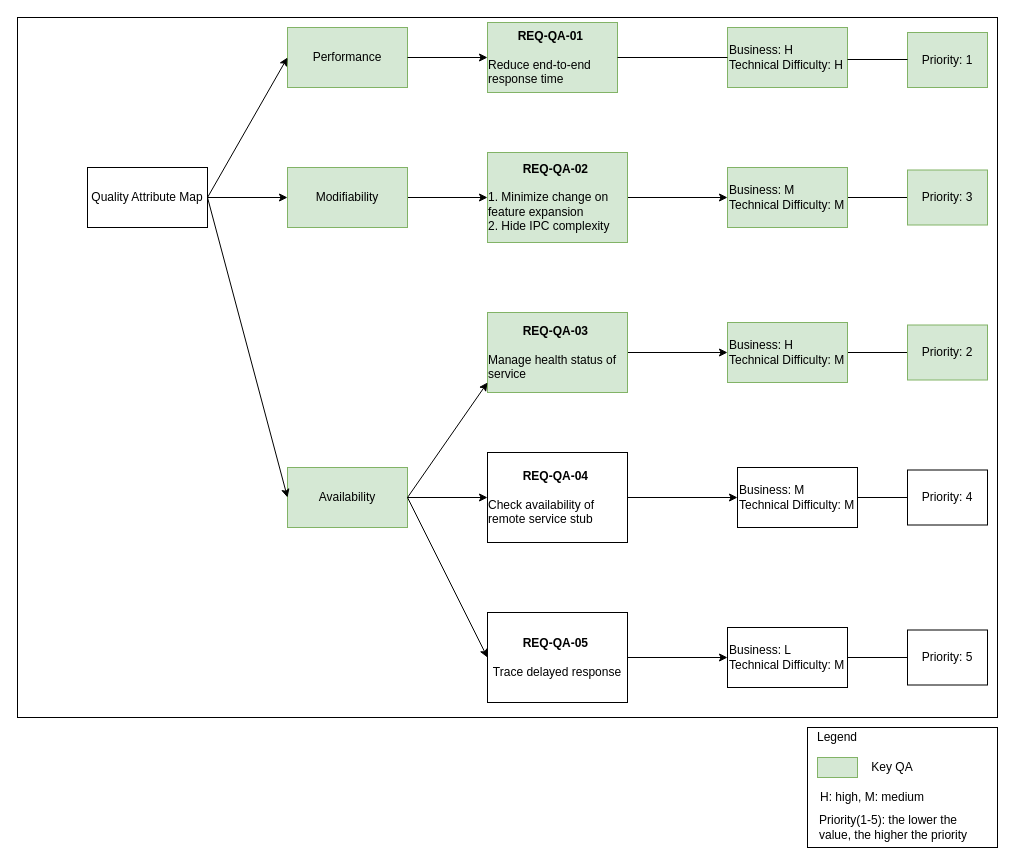
Above: page "QA_map" (6 of 6) of doc/SA cert/Design/system_context.drawio in taikt/codefun (draw.io), before the change. Source tidied: cells renumbered, new cells numbered last; positions are measured from the earlier drawing's top-left corner, leaving out a move shared by most shapes. Both pictures are drawn from the tidied source at 100%, with x=0, y=0 at pixel (17, 17).
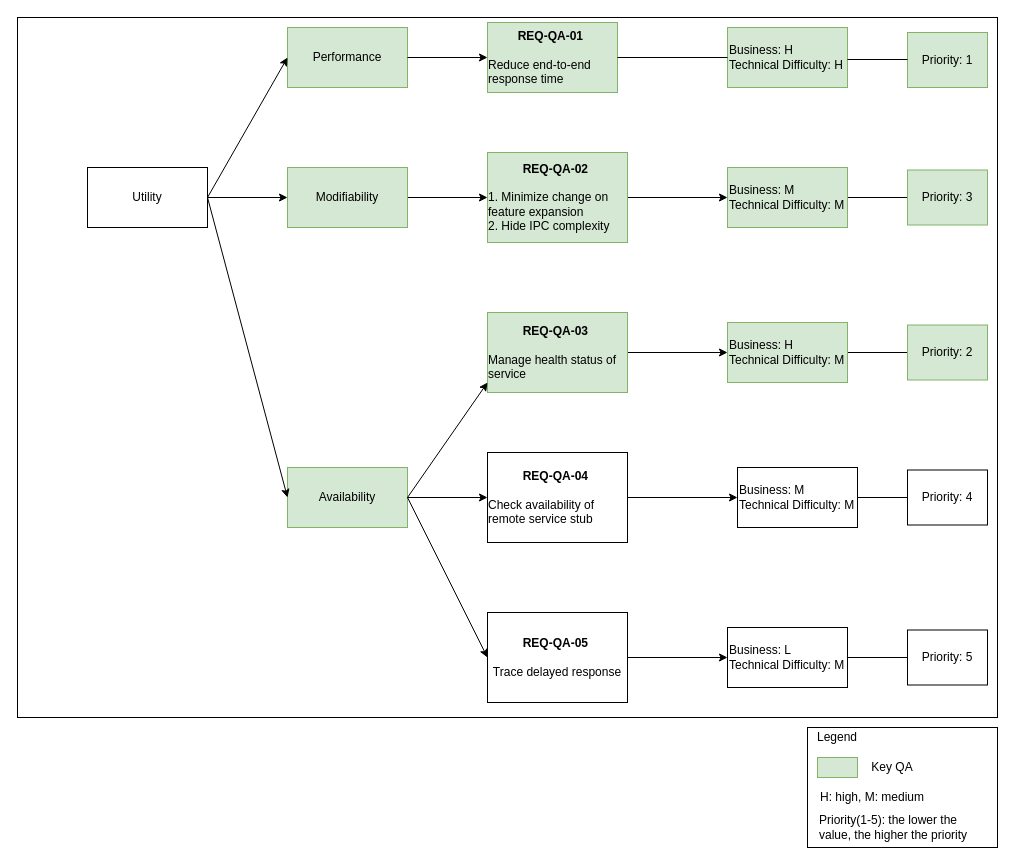
The same diagram, later.

What changed in the source:
```diff
@@
-    <mxCell id="9" value="Quality Attribute Map" style="rounded=0;whiteSpace=wrap;html=1;fillColor=#ffffff;" parent="1" vertex="1">
+    <mxCell id="9" value="Utility" style="rounded=0;whiteSpace=wrap;html=1;fillColor=#ffffff;" parent="1" vertex="1">
       <mxGeometry x="70" y="150" width="120" height="60" as="geometry" />
     </mxCell>
```
